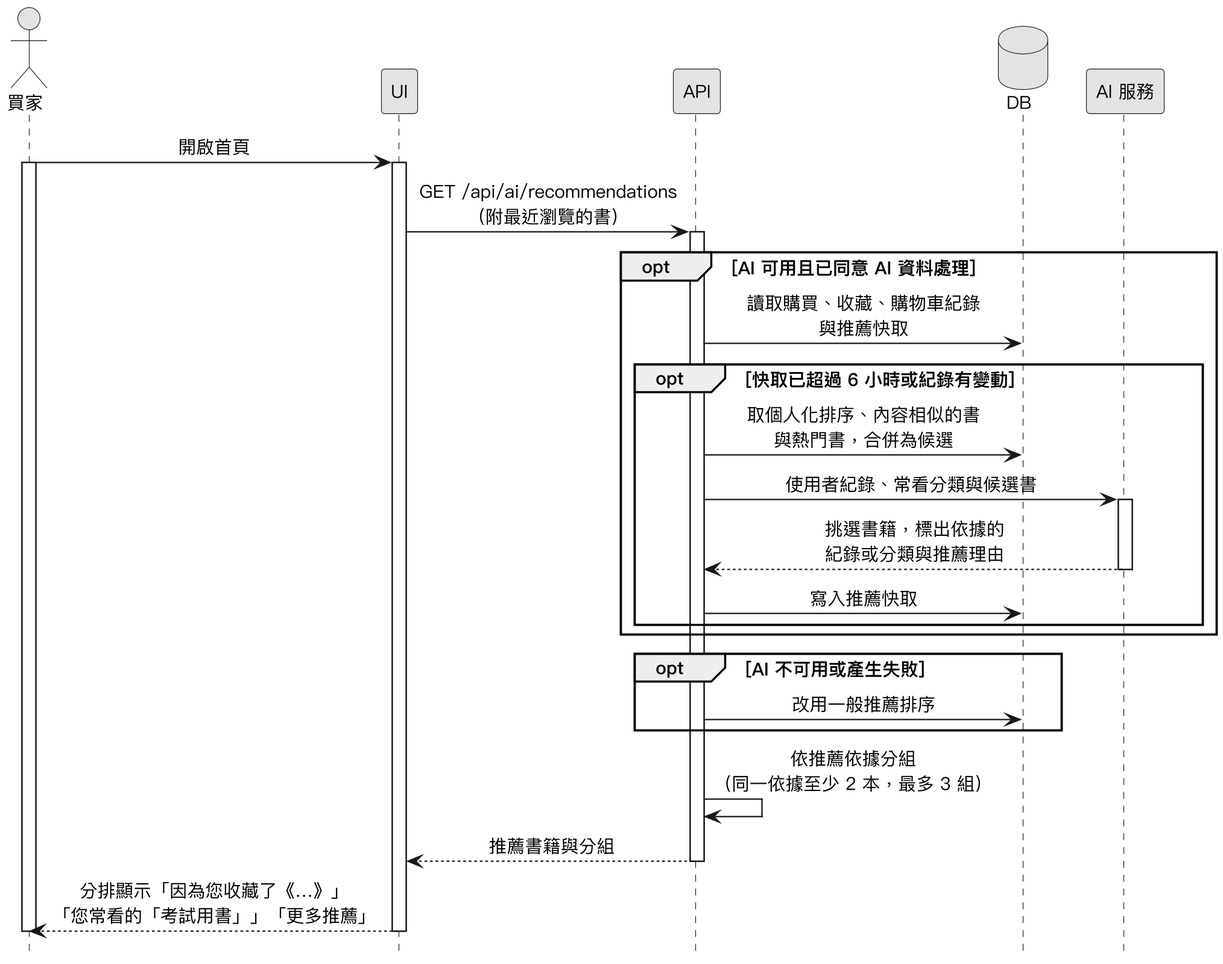
SaveMyBook/SaveMyBook keeps this PlantUML diagram as Diagrams/Sequence Diagrams/v3/seq_recommend.png. Above is the earlier version.
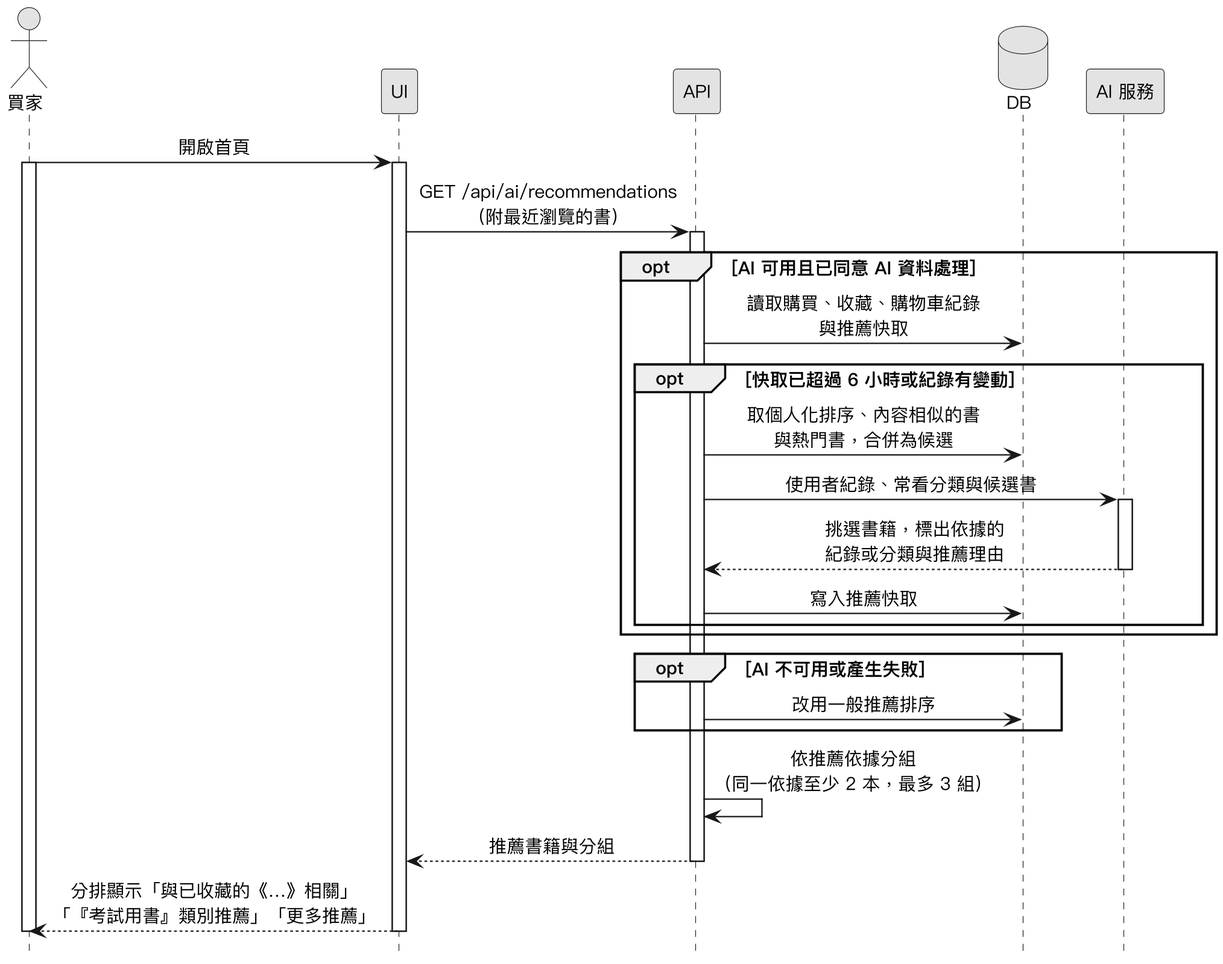
After the change.

Diff of the diagram source:
```diff
@@ -36,7 +36,7 @@
 API -> API : 依推薦依據分組\n（同一依據至少 2 本，最多 3 組）
 API --> UI : 推薦書籍與分組
 deactivate API
-UI --> 買家 : 分排顯示「因為您收藏了《…》」\n「您常看的「考試用書」」「更多推薦」
+UI --> 買家 : 分排顯示「與已收藏的《…》相關」\n「『考試用書』類別推薦」「更多推薦」
 deactivate UI
 deactivate 買家
 @enduml
```
